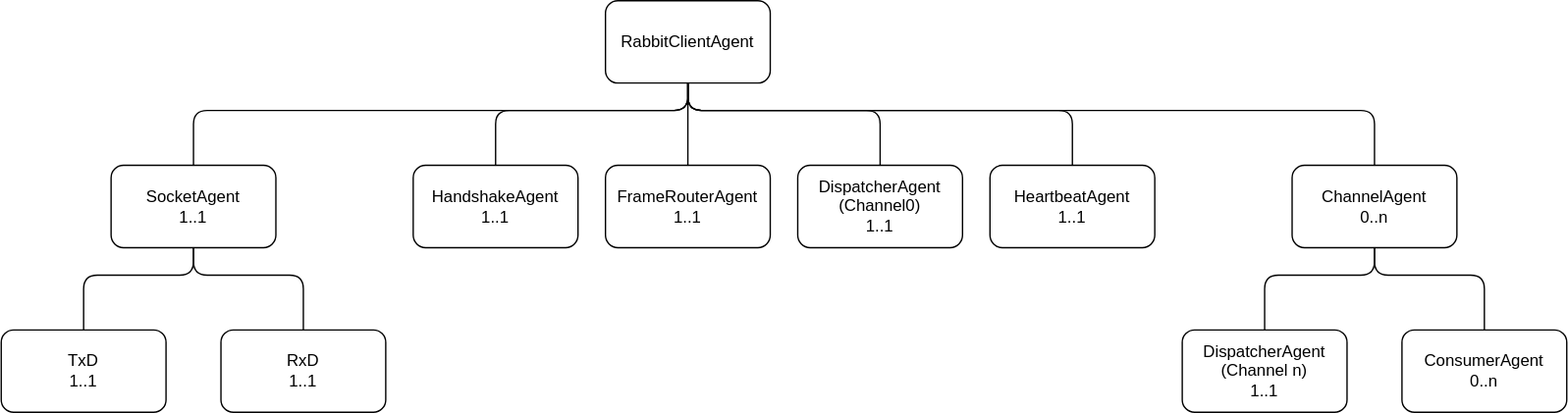
This is Lapine.Core/Agents/AgentHierarchy.drawio.svg from Matthew-Davey/Lapine, a draw.io export, as it was before one commit. Source tidied: cells renumbered, new cells last; positions are measured from the earlier drawing's top-left corner, leaving out a move shared by most shapes.
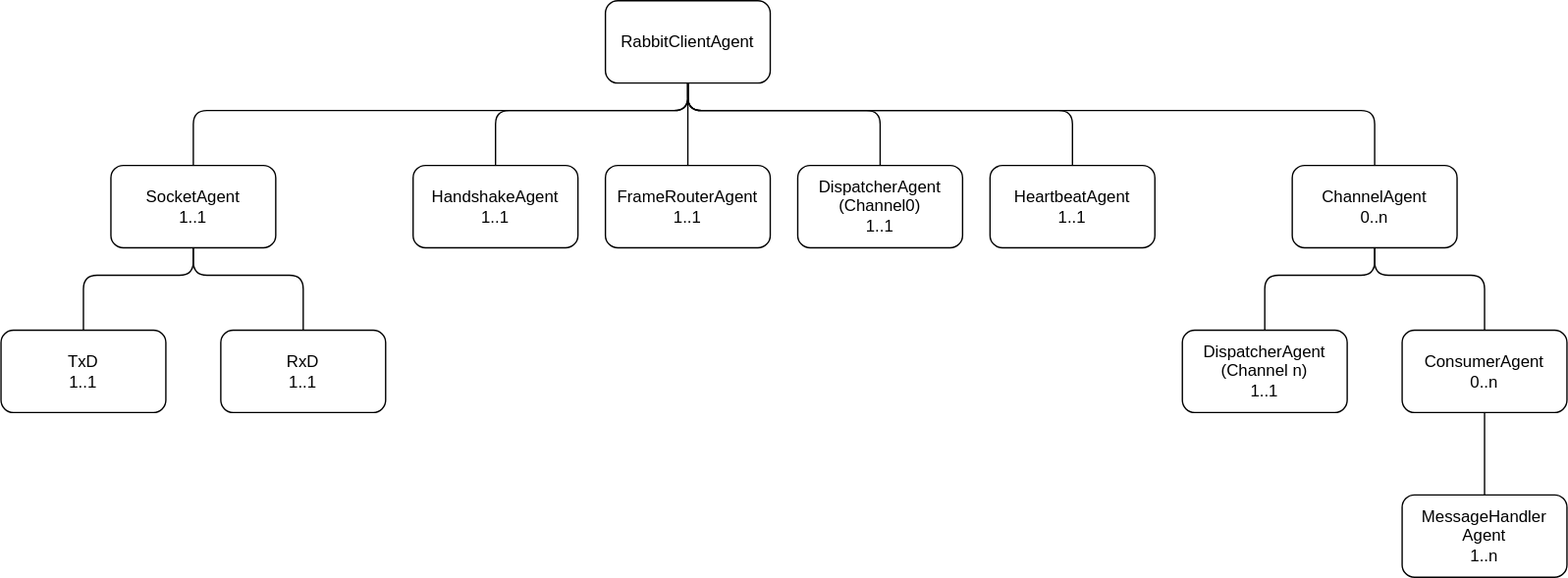
The same diagram one commit later.

Commit message:
Update agent hierarchy diagram

What changed in the source:
```diff
@@ -110,5 +110,11 @@
         </Array>
       </mxGeometry>
     </mxCell>
+    <mxCell id="23" value="MessageHandler&lt;br&gt;Agent&lt;br&gt;1..n" style="rounded=1;whiteSpace=wrap;html=1;" parent="1" vertex="1">
+      <mxGeometry x="1020" y="360" width="120" height="60" as="geometry" />
+    </mxCell>
+    <mxCell id="24" style="endArrow=none;html=1;entryX=0.5;entryY=1;entryDx=0;entryDy=0;exitX=0.5;exitY=0;exitDx=0;exitDy=0;" parent="1" edge="1" source="23" target="21">
+      <mxGeometry relative="1" as="geometry" />
+    </mxCell>
   </root>
 </mxGraphModel>
```
